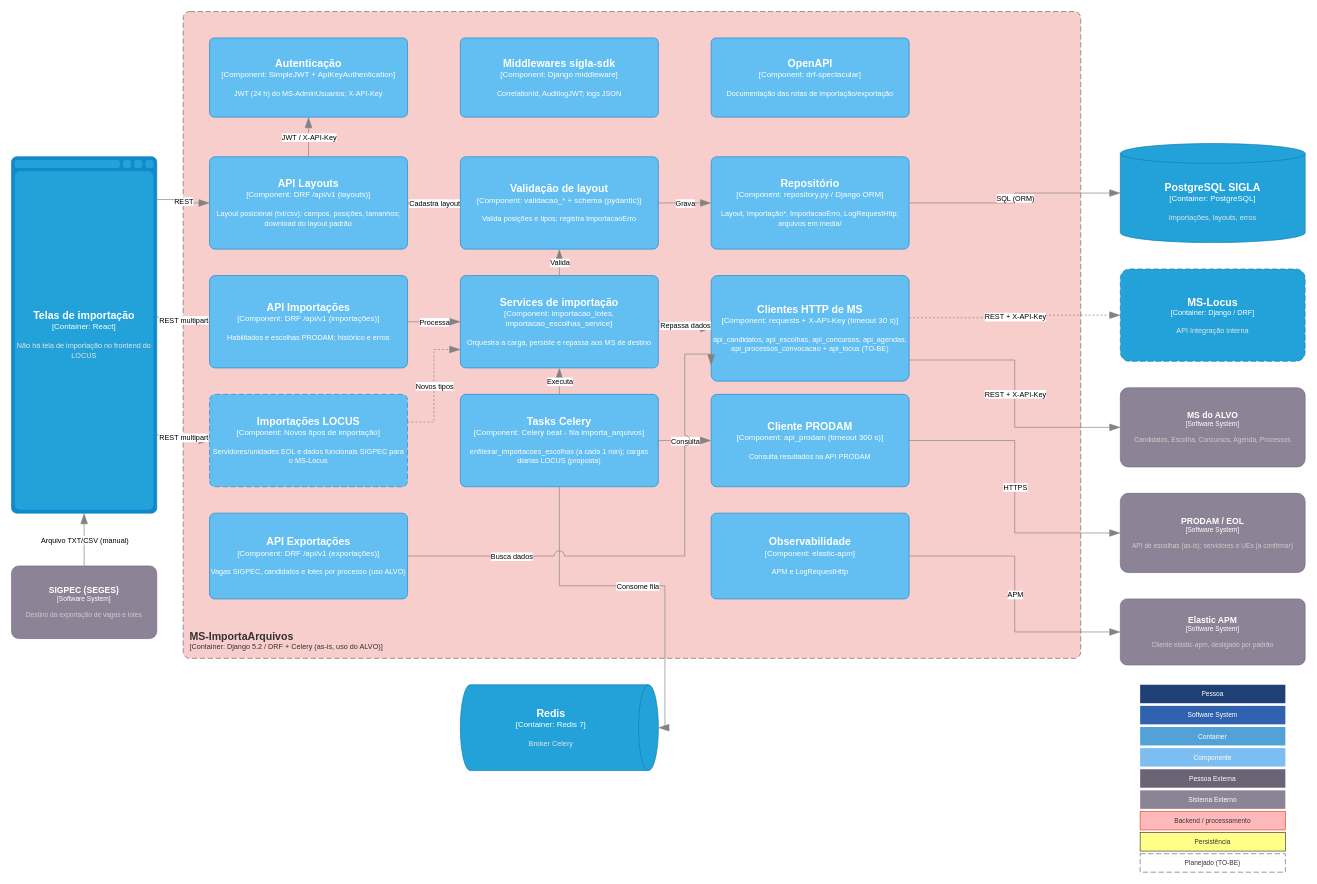
This is page "C3 - Componentes MS-ImportaArquivos (uso ALVO)" (5 of 15) of Locus/diagramas/assets/ARQUITETURA - LOCUS - C4.drawio from ronaldorobledo1902/SIGLA, a draw.io file, before an edit. Source tidied: cells renumbered, new cells numbered last; positions are measured from the earlier drawing's top-left corner, leaving out a move shared by most shapes. Both pictures are drawn from the tidied source at 66%, with x=0, y=0 at pixel (11, 11).
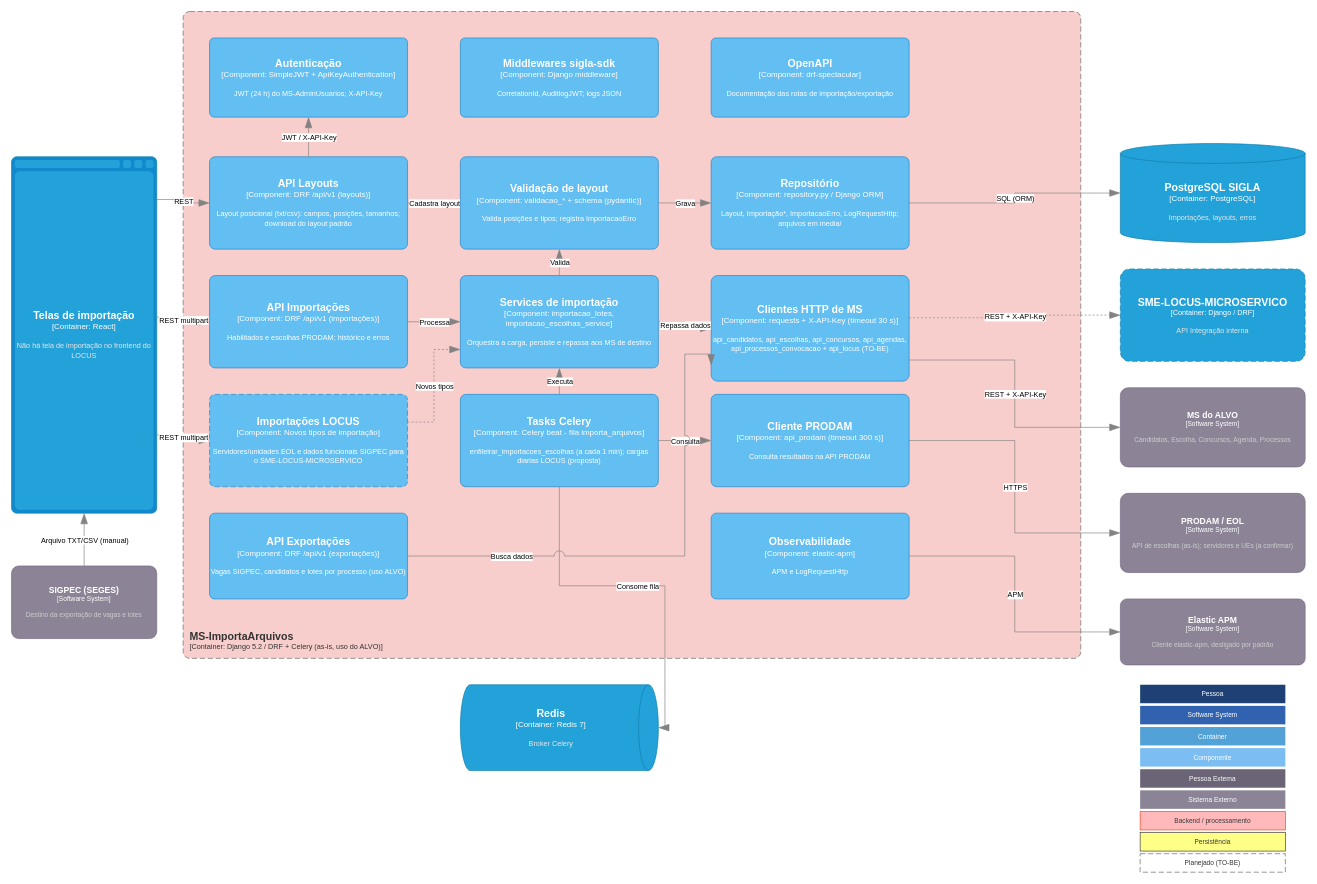
The same page after the edit.

Change to the diagram source:
```diff
@@
-    <object id="10" label="&lt;font style=&quot;font-size: 16px&quot;&gt;&lt;b&gt;%c4Name%&lt;/b&gt;&lt;/font&gt;&lt;div&gt;[%c4Type%: %c4Technology%]&lt;/div&gt;&lt;br&gt;&lt;div&gt;&lt;font style=&quot;font-size: 11px&quot;&gt;%c4Description%&lt;/font&gt;&lt;/div&gt;" c4Description="Servidores/unidades EOL e dados funcionais SIGPEC para o MS-Locus" c4Name="Importações LOCUS" c4Technology="Novos tipos de importação" c4Type="Component" placeholders="1">
+    <object id="10" label="&lt;font style=&quot;font-size: 16px&quot;&gt;&lt;b&gt;%c4Name%&lt;/b&gt;&lt;/font&gt;&lt;div&gt;[%c4Type%: %c4Technology%]&lt;/div&gt;&lt;br&gt;&lt;div&gt;&lt;font style=&quot;font-size: 11px&quot;&gt;%c4Description%&lt;/font&gt;&lt;/div&gt;" c4Description="Servidores/unidades EOL e dados funcionais SIGPEC para o SME-LOCUS-MICROSERVICO" c4Name="Importações LOCUS" c4Technology="Novos tipos de importação" c4Type="Component" placeholders="1">
       <mxCell style="rounded=1;whiteSpace=wrap;html=1;labelBackgroundColor=none;fillColor=#63BEF2;fontColor=#ffffff;align=center;arcSize=6;strokeColor=#2086C9;points=[[0.25,0,0],[0.5,0,0],[0.75,0,0],[1,0.25,0],[1,0.5,0],[1,0.75,0],[0.75,1,0],[0.5,1,0],[0.25,1,0],[0,0.75,0],[0,0.5,0],[0,0.25,0]];dashed=1;dashPattern=8 4;" parent="1" vertex="1">
         <mxGeometry x="300" y="580" width="300" height="140" as="geometry" />
       </mxCell>
     </object>
@@
-    <object id="20" label="&lt;font style=&quot;font-size: 16px&quot;&gt;&lt;b&gt;%c4Name%&lt;/b&gt;&lt;/font&gt;&lt;div&gt;[%c4Type%: %c4Technology%]&lt;/div&gt;&lt;br&gt;&lt;div&gt;&lt;font style=&quot;font-size: 11px&quot;&gt;&lt;font color=&quot;#E6E6E6&quot;&gt;%c4Description%&lt;/font&gt;&lt;/div&gt;" c4Description="API Integração interna" c4Name="MS-Locus" c4Technology="Django / DRF" c4Type="Container" placeholders="1">
+    <object id="20" label="&lt;font style=&quot;font-size: 16px&quot;&gt;&lt;b&gt;%c4Name%&lt;/b&gt;&lt;/font&gt;&lt;div&gt;[%c4Type%: %c4Technology%]&lt;/div&gt;&lt;br&gt;&lt;div&gt;&lt;font style=&quot;font-size: 11px&quot;&gt;&lt;font color=&quot;#E6E6E6&quot;&gt;%c4Description%&lt;/font&gt;&lt;/div&gt;" c4Description="API Integração interna" c4Name="SME-LOCUS-MICROSERVICO" c4Technology="Django / DRF" c4Type="Container" placeholders="1">
       <mxCell style="rounded=1;whiteSpace=wrap;html=1;fontSize=11;labelBackgroundColor=none;fillColor=#23A2D9;fontColor=#ffffff;align=center;arcSize=10;strokeColor=#0E7DAD;points=[[0.25,0,0],[0.5,0,0],[0.75,0,0],[1,0.25,0],[1,0.5,0],[1,0.75,0],[0.75,1,0],[0.5,1,0],[0.25,1,0],[0,0.75,0],[0,0.5,0],[0,0.25,0]];dashed=1;dashPattern=8 4;" parent="1" vertex="1">
         <mxGeometry x="1680" y="390" width="280" height="140" as="geometry" />
       </mxCell>
     </object>
```
